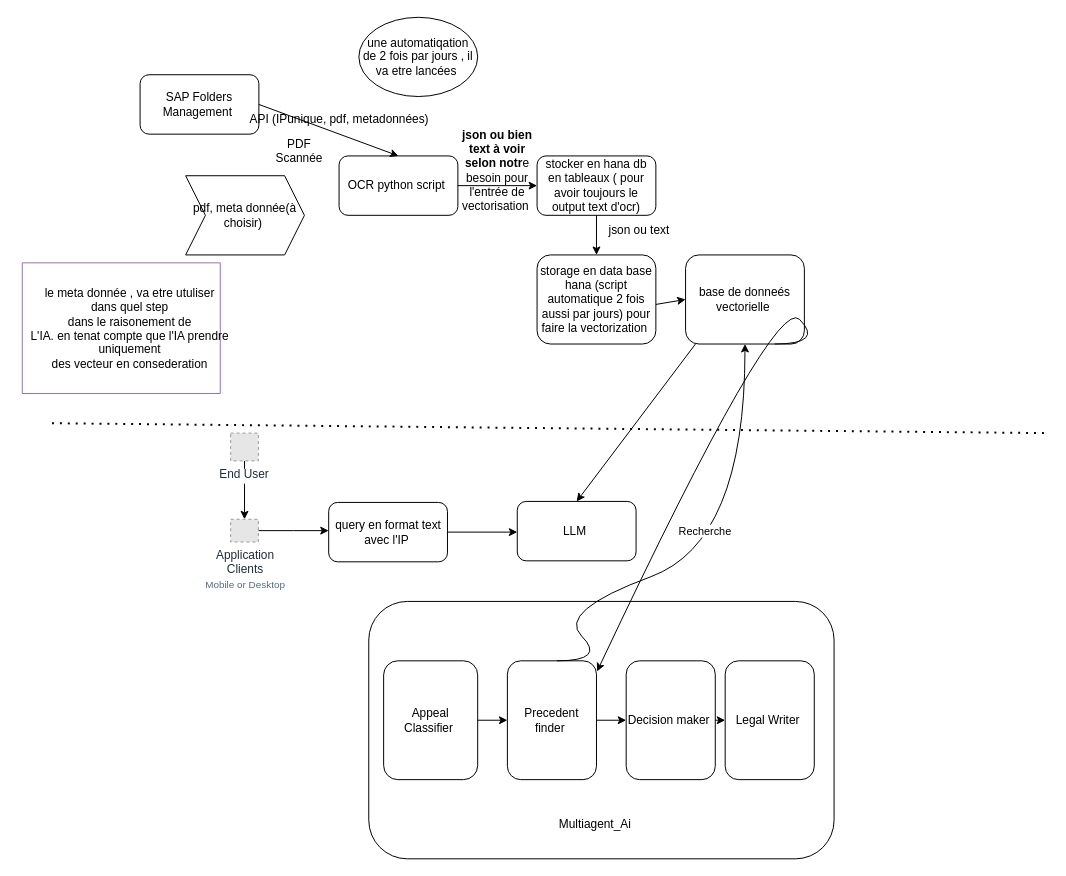
sahar389/algorithme.data_structre keeps this draw.io diagram as architectureAI_appeals.drawio. Above is the earlier version. Source tidied: cells renumbered, new cells numbered last; positions are measured from the earlier drawing's top-left corner, leaving out a move shared by most shapes. Both pictures are drawn from the tidied source at 99%, with x=0, y=0 at pixel (17, 17). Pictures stored in the file or linked from it are replaced by grey dashed boxes.
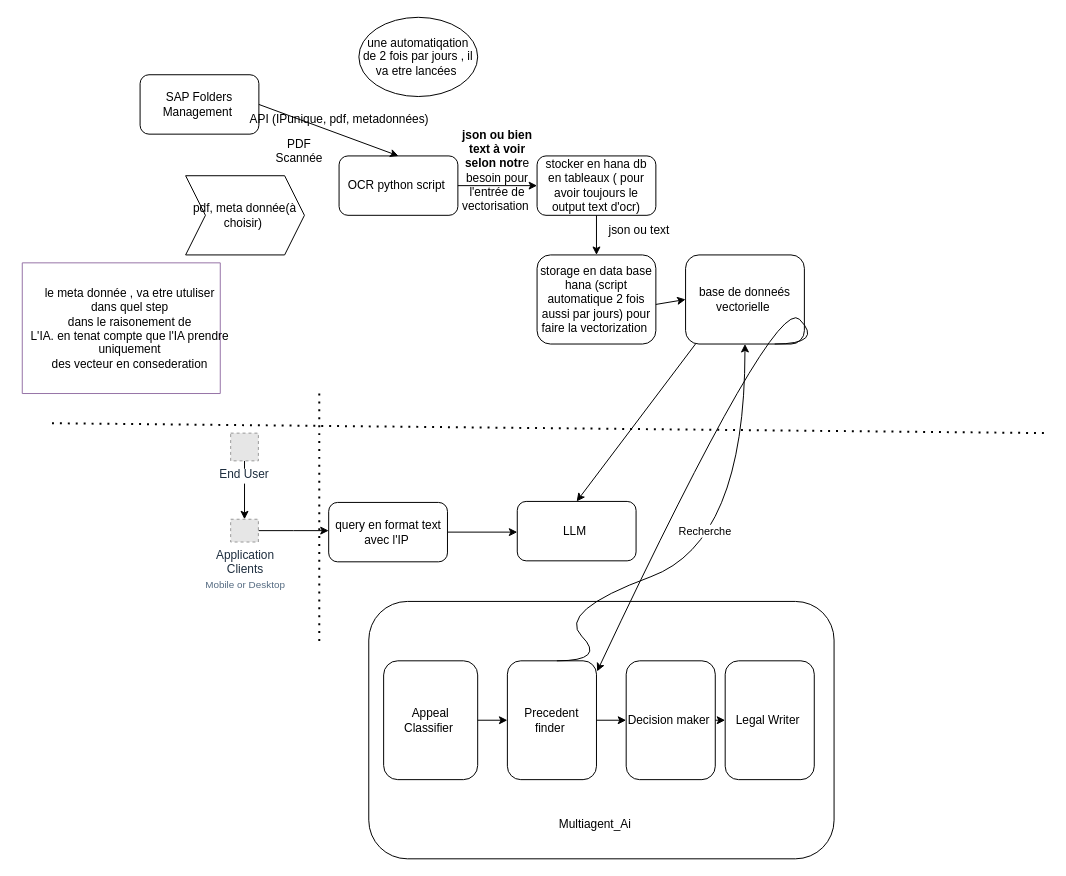
The same diagram, later.

What changed in the source:
```diff
@@
+    <mxCell id="40" style="endArrow=none;dashed=1;html=1;dashPattern=1 3;strokeWidth=2;rounded=0;" parent="1" edge="1">
+      <mxGeometry relative="1" as="geometry">
+        <mxPoint x="305" y="630" as="sourcePoint" />
+        <mxPoint x="305" y="380" as="targetPoint" />
+      </mxGeometry>
+    </mxCell>
```
